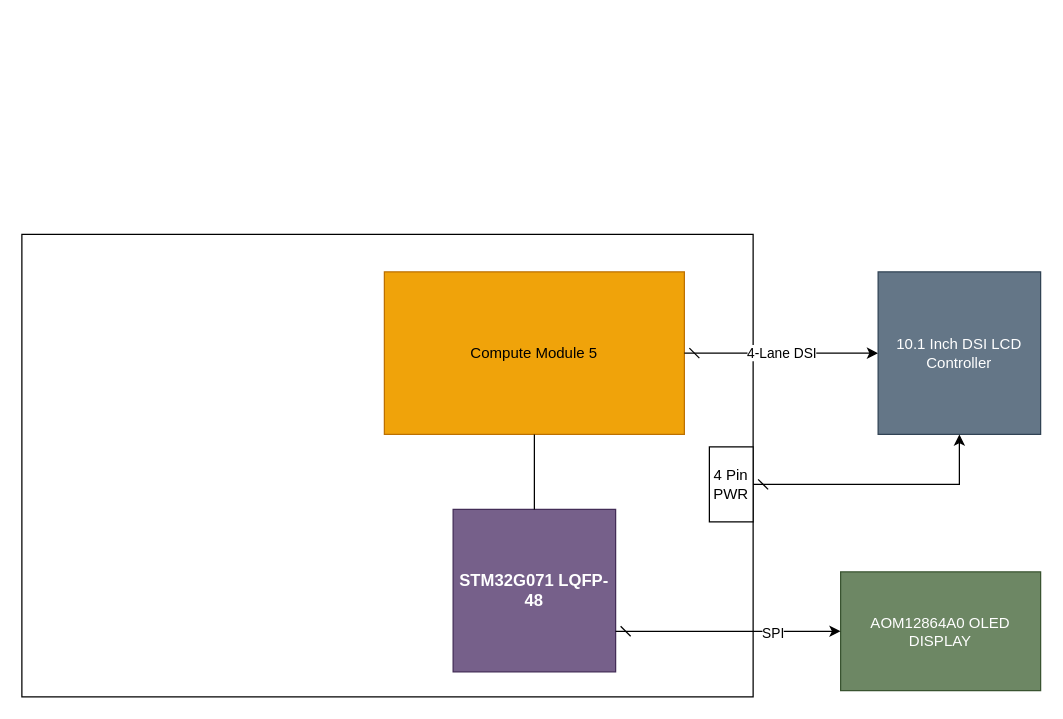
Adaboss/Senior-Design- keeps this draw.io diagram as ADS-B Tracker Hardware.drawio. Above is the earlier version. Source tidied: cells renumbered, new cells numbered last; positions are measured from the earlier drawing's top-left corner, leaving out a move shared by most shapes. Both pictures are drawn from the tidied source at 125%, with x=0, y=0 at pixel (21, 234).
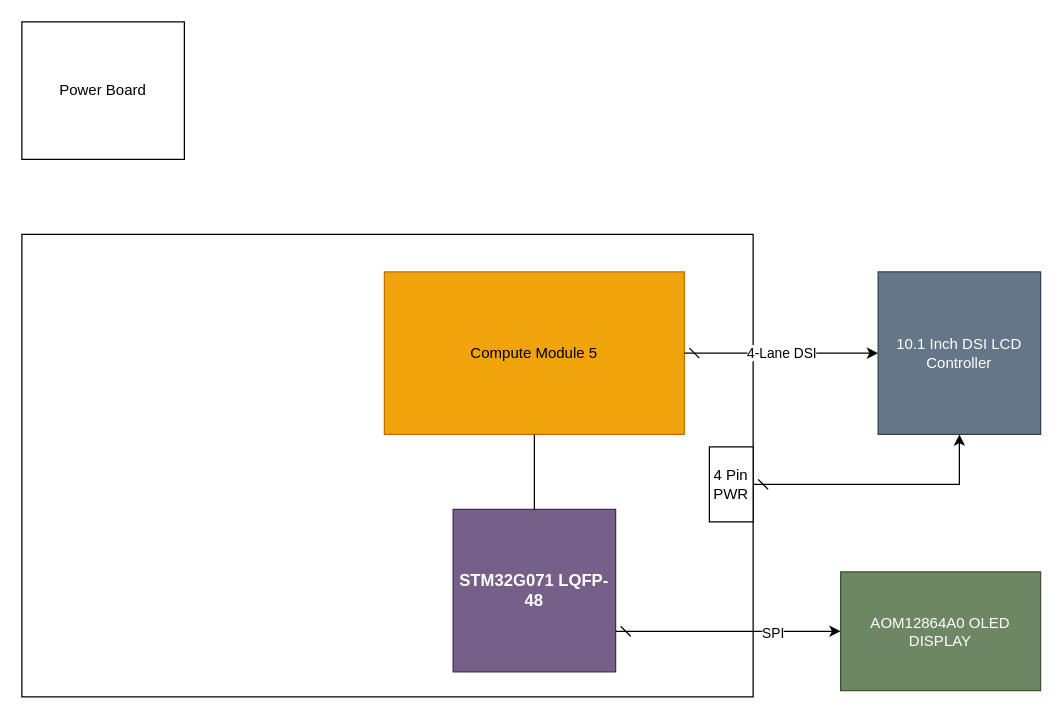
Above is the later version.

Change to the diagram source:
```diff
@@
 <mxGraphModel>
   <root>
     <mxCell id="0" />
     <mxCell id="1" parent="0" />
     <mxCell id="2" style="rounded=0;whiteSpace=wrap;html=1;" parent="1" vertex="1">
       <mxGeometry width="585" height="370" as="geometry" />
     </mxCell>
     <mxCell id="3" value="Compute Module 5" style="rounded=0;whiteSpace=wrap;html=1;fillColor=#f0a30a;fontColor=#000000;strokeColor=#BD7000;" parent="1" vertex="1">
       <mxGeometry x="290" y="30" width="240" height="130" as="geometry" />
     </mxCell>
     <mxCell id="4" value="4-Lane DSI" style="endArrow=classic;html=1;rounded=0;defaultLabelBackgroundColor=page;startArrow=dash;startFill=0;entryX=0;entryY=0.5;entryDx=0;entryDy=0;" parent="1" edge="1" source="3" target="5">
       <mxGeometry relative="1" as="geometry" />
     </mxCell>
     <mxCell id="5" value="10.1 Inch DSI LCD Controller" style="whiteSpace=wrap;html=1;fillColor=#647687;fontColor=#ffffff;strokeColor=#314354;" parent="1" vertex="1">
       <mxGeometry x="685" y="30" width="130" height="130" as="geometry" />
     </mxCell>
     <mxCell id="6" value="&lt;span style=&quot;font-family: Calibri; font-size: 10pt;&quot;&gt;&lt;strong&gt;STM32G071 LQFP-48&lt;/strong&gt;&lt;/span&gt;" style="whiteSpace=wrap;html=1;fillColor=#76608a;fontColor=#ffffff;strokeColor=#432D57;" parent="1" vertex="1">
       <mxGeometry x="345" y="220" width="130" height="130" as="geometry" />
     </mxCell>
     <mxCell id="7" value="&lt;p style=&quot;&quot;&gt;&lt;font face=&quot;Helvetica&quot;&gt;&lt;br&gt;&lt;/font&gt;&lt;/p&gt;&lt;p style=&quot;&quot;&gt;&lt;font face=&quot;Helvetica&quot;&gt;AOM12864A0 OLED DISPLAY&lt;/font&gt;&lt;br&gt;&lt;/p&gt;&lt;p style=&quot;&quot;&gt;&lt;br&gt;&lt;/p&gt;" style="rounded=0;whiteSpace=wrap;html=1;fontColor=#ffffff;fillColor=#6d8764;strokeColor=#3A5431;align=center;" parent="1" vertex="1">
       <mxGeometry x="655" y="270" width="160" height="95" as="geometry" />
     </mxCell>
     <mxCell id="8" style="endArrow=classic;html=1;rounded=0;defaultLabelBackgroundColor=page;exitX=1;exitY=0.75;exitDx=0;exitDy=0;entryX=0;entryY=0.5;entryDx=0;entryDy=0;startArrow=dash;startFill=0;" parent="1" edge="1" source="6" target="7">
       <mxGeometry relative="1" as="geometry" />
     </mxCell>
     <mxCell id="9" value="SPI" style="edgeLabel;html=1;align=center;verticalAlign=middle;inheritText=1;defaultLabelBackgroundColor=page;" parent="8" vertex="1">
       <mxGeometry x="0.39" relative="1" as="geometry">
         <mxPoint y="1" as="offset" />
       </mxGeometry>
     </mxCell>
     <mxCell id="10" style="endArrow=none;html=1;rounded=0;defaultLabelBackgroundColor=page;exitX=0.5;exitY=0;exitDx=0;exitDy=0;entryX=0.5;entryY=1;entryDx=0;entryDy=0;" parent="1" edge="1" source="6" target="3">
       <mxGeometry relative="1" as="geometry" />
     </mxCell>
     <mxCell id="11" value="4 Pin PWR" style="rounded=0;whiteSpace=wrap;html=1;" parent="1" vertex="1">
       <mxGeometry x="550" y="170" width="35" height="60" as="geometry" />
     </mxCell>
     <mxCell id="12" style="endArrow=classic;html=1;rounded=0;defaultLabelBackgroundColor=page;exitX=1;exitY=0.5;exitDx=0;exitDy=0;entryX=0.5;entryY=1;entryDx=0;entryDy=0;shape=wire;dashed=1;startArrow=dash;startFill=0;" parent="1" edge="1" source="11" target="5">
       <mxGeometry relative="1" as="geometry">
         <Array as="points">
           <mxPoint x="750" y="200" />
         </Array>
       </mxGeometry>
     </mxCell>
+    <mxCell id="13" value="Power Board" style="rounded=0;whiteSpace=wrap;html=1;" parent="1" vertex="1">
+      <mxGeometry y="-170" width="130" height="110" as="geometry" />
+    </mxCell>
   </root>
 </mxGraphModel>
```
